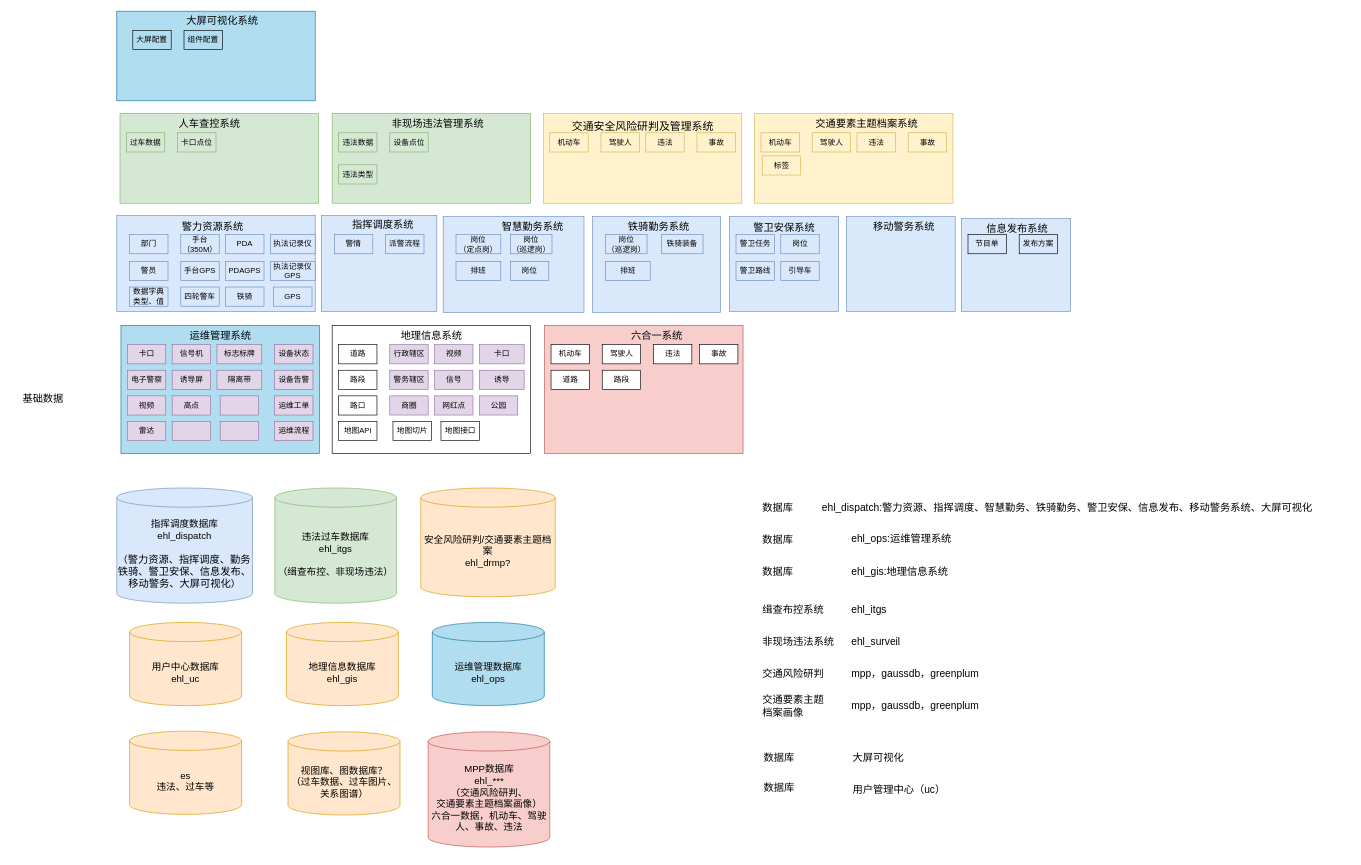
Above: page "数据库架构图" (2 of 3) of 应用基线产品架构.drawio in bj-ehualu/drawio (draw.io), before the change. Source tidied: cells renumbered, new cells numbered last; positions are measured from the earlier drawing's top-left corner, leaving out a move shared by most shapes. Both pictures are drawn from the tidied source at 64%, with x=0, y=0 at pixel (11, 11).
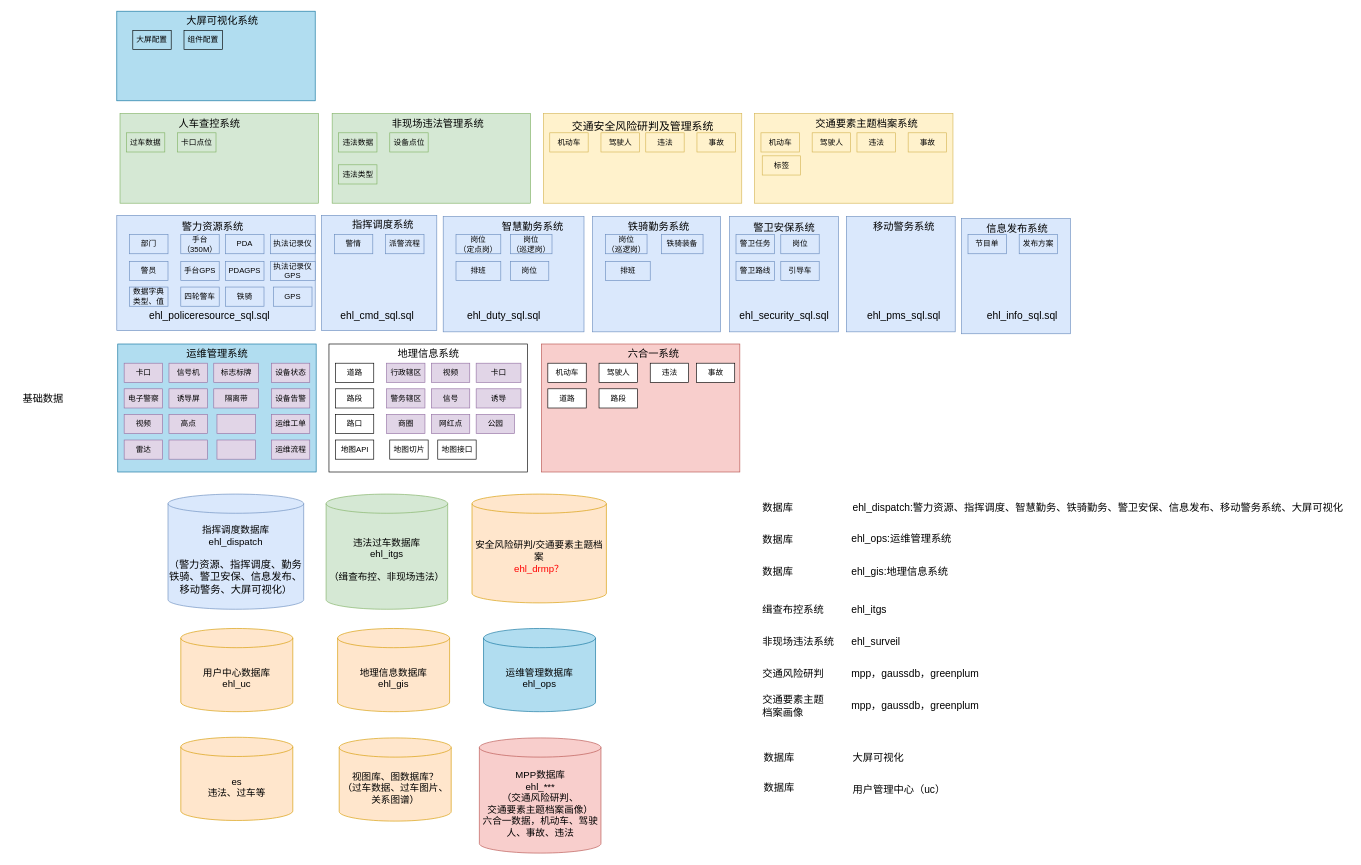
Above is the later version.

Commit message (it also covers changes not shown here):
更新应用基线产品架构.drawio

The edit, as a diff of the source:
```diff
@@
     <mxCell id="2" style="rounded=0;whiteSpace=wrap;html=1;" parent="1" vertex="1">
-      <mxGeometry x="501.5" y="491" width="310" height="200" as="geometry" />
+      <mxGeometry x="496.5" y="520" width="310" height="200" as="geometry" />
     </mxCell>
     <mxCell id="3" style="rounded=0;whiteSpace=wrap;html=1;fillColor=#dae8fc;strokeColor=#6c8ebf;" parent="1" vertex="1">
-      <mxGeometry x="485" y="319" width="180" height="150" as="geometry" />
+      <mxGeometry x="485" y="319" width="180" height="180" as="geometry" />
     </mxCell>
@@
     <mxCell id="5" style="rounded=0;whiteSpace=wrap;html=1;fillColor=#dae8fc;strokeColor=#6c8ebf;" parent="1" vertex="1">
-      <mxGeometry x="675" y="321" width="220" height="150" as="geometry" />
+      <mxGeometry x="675" y="321" width="220" height="180" as="geometry" />
     </mxCell>
     <mxCell id="6" style="rounded=0;whiteSpace=wrap;html=1;fillColor=#dae8fc;strokeColor=#6c8ebf;" parent="1" vertex="1">
-      <mxGeometry x="165" y="319" width="310" height="150" as="geometry" />
+      <mxGeometry x="165" y="319" width="310" height="180" as="geometry" />
     </mxCell>
@@
     <mxCell id="23" style="rounded=0;whiteSpace=wrap;html=1;fillColor=#b1ddf0;strokeColor=#10739e;" parent="1" vertex="1">
-      <mxGeometry x="171.5" y="491" width="310" height="200" as="geometry" />
+      <mxGeometry x="166.5" y="520" width="310" height="200" as="geometry" />
     </mxCell>
     <mxCell id="24" value="道路" style="rounded=0;whiteSpace=wrap;html=1;" parent="1" vertex="1">
-      <mxGeometry x="511.5" y="521" width="60" height="30" as="geometry" />
+      <mxGeometry x="506.5" y="550" width="60" height="30" as="geometry" />
     </mxCell>
     <mxCell id="25" value="路段" style="rounded=0;whiteSpace=wrap;html=1;" parent="1" vertex="1">
-      <mxGeometry x="511.5" y="561" width="60" height="30" as="geometry" />
+      <mxGeometry x="506.5" y="590" width="60" height="30" as="geometry" />
     </mxCell>
     <mxCell id="26" value="卡口" style="rounded=0;whiteSpace=wrap;html=1;fillColor=#e1d5e7;strokeColor=#9673a6;" parent="1" vertex="1">
-      <mxGeometry x="181.5" y="521" width="60" height="30" as="geometry" />
+      <mxGeometry x="176.5" y="550" width="60" height="30" as="geometry" />
     </mxCell>
     <mxCell id="27" value="信号机" style="rounded=0;whiteSpace=wrap;html=1;fillColor=#e1d5e7;strokeColor=#9673a6;" parent="1" vertex="1">
-      <mxGeometry x="251.5" y="521" width="60" height="30" as="geometry" />
+      <mxGeometry x="246.5" y="550" width="60" height="30" as="geometry" />
     </mxCell>
     <mxCell id="28" value="标志标牌" style="rounded=0;whiteSpace=wrap;html=1;fillColor=#e1d5e7;strokeColor=#9673a6;" parent="1" vertex="1">
-      <mxGeometry x="321.5" y="521" width="70" height="30" as="geometry" />
+      <mxGeometry x="316.5" y="550" width="70" height="30" as="geometry" />
     </mxCell>
     <mxCell id="29" style="rounded=0;whiteSpace=wrap;html=1;fillColor=#e1d5e7;strokeColor=#9673a6;" parent="1" vertex="1">
-      <mxGeometry x="251.5" y="641" width="60" height="30" as="geometry" />
+      <mxGeometry x="246.5" y="670" width="60" height="30" as="geometry" />
     </mxCell>
     <mxCell id="30" value="雷达" style="rounded=0;whiteSpace=wrap;html=1;fillColor=#e1d5e7;strokeColor=#9673a6;" parent="1" vertex="1">
-      <mxGeometry x="181.5" y="641" width="60" height="30" as="geometry" />
+      <mxGeometry x="176.5" y="670" width="60" height="30" as="geometry" />
     </mxCell>
     <mxCell id="31" value="高点" style="rounded=0;whiteSpace=wrap;html=1;fillColor=#e1d5e7;strokeColor=#9673a6;" parent="1" vertex="1">
-      <mxGeometry x="251.5" y="601" width="60" height="30" as="geometry" />
+      <mxGeometry x="246.5" y="630" width="60" height="30" as="geometry" />
     </mxCell>
     <mxCell id="32" value="&lt;div&gt;视频&lt;/div&gt;" style="rounded=0;whiteSpace=wrap;html=1;fillColor=#e1d5e7;strokeColor=#9673a6;" parent="1" vertex="1">
-      <mxGeometry x="181.5" y="601" width="60" height="30" as="geometry" />
+      <mxGeometry x="176.5" y="630" width="60" height="30" as="geometry" />
     </mxCell>
     <mxCell id="33" value="&lt;div&gt;电子警察&lt;/div&gt;" style="rounded=0;whiteSpace=wrap;html=1;fillColor=#e1d5e7;strokeColor=#9673a6;" parent="1" vertex="1">
-      <mxGeometry x="181.5" y="561" width="60" height="30" as="geometry" />
+      <mxGeometry x="176.5" y="590" width="60" height="30" as="geometry" />
     </mxCell>
     <mxCell id="34" value="诱导屏" style="rounded=0;whiteSpace=wrap;html=1;fillColor=#e1d5e7;strokeColor=#9673a6;" parent="1" vertex="1">
-      <mxGeometry x="251.5" y="561" width="60" height="30" as="geometry" />
+      <mxGeometry x="246.5" y="590" width="60" height="30" as="geometry" />
     </mxCell>
     <mxCell id="35" value="隔离带" style="rounded=0;whiteSpace=wrap;html=1;fillColor=#e1d5e7;strokeColor=#9673a6;" parent="1" vertex="1">
-      <mxGeometry x="321.5" y="561" width="70" height="30" as="geometry" />
+      <mxGeometry x="316.5" y="590" width="70" height="30" as="geometry" />
     </mxCell>
     <mxCell id="36" value="路口" style="rounded=0;whiteSpace=wrap;html=1;" parent="1" vertex="1">
-      <mxGeometry x="511.5" y="601" width="60" height="30" as="geometry" />
+      <mxGeometry x="506.5" y="630" width="60" height="30" as="geometry" />
     </mxCell>
@@
     <mxCell id="38" value="运维管理系统" style="text;html=1;align=center;verticalAlign=middle;whiteSpace=wrap;rounded=0;fontSize=16;" parent="1" vertex="1">
-      <mxGeometry x="276.5" y="491" width="100" height="30" as="geometry" />
+      <mxGeometry x="271.5" y="520" width="100" height="30" as="geometry" />
     </mxCell>
     <mxCell id="39" value="地图API" style="rounded=0;whiteSpace=wrap;html=1;" parent="1" vertex="1">
-      <mxGeometry x="511.5" y="641" width="60" height="30" as="geometry" />
+      <mxGeometry x="506.5" y="670" width="60" height="30" as="geometry" />
     </mxCell>
     <mxCell id="40" value="地图切片" style="rounded=0;whiteSpace=wrap;html=1;" parent="1" vertex="1">
-      <mxGeometry x="596.5" y="641" width="60" height="30" as="geometry" />
+      <mxGeometry x="591.5" y="670" width="60" height="30" as="geometry" />
     </mxCell>
     <mxCell id="41" value="行政辖区" style="rounded=0;whiteSpace=wrap;html=1;fillColor=#e1d5e7;strokeColor=#9673a6;" parent="1" vertex="1">
-      <mxGeometry x="591.5" y="521" width="60" height="30" as="geometry" />
+      <mxGeometry x="586.5" y="550" width="60" height="30" as="geometry" />
     </mxCell>
     <mxCell id="42" value="视频" style="rounded=0;whiteSpace=wrap;html=1;fillColor=#e1d5e7;strokeColor=#9673a6;" parent="1" vertex="1">
-      <mxGeometry x="661.5" y="521" width="60" height="30" as="geometry" />
+      <mxGeometry x="656.5" y="550" width="60" height="30" as="geometry" />
     </mxCell>
     <mxCell id="43" value="卡口" style="rounded=0;whiteSpace=wrap;html=1;fillColor=#e1d5e7;strokeColor=#9673a6;" parent="1" vertex="1">
-      <mxGeometry x="731.5" y="521" width="70" height="30" as="geometry" />
+      <mxGeometry x="726.5" y="550" width="70" height="30" as="geometry" />
     </mxCell>
     <mxCell id="44" value="公园" style="rounded=0;whiteSpace=wrap;html=1;fillColor=#e1d5e7;strokeColor=#9673a6;" parent="1" vertex="1">
-      <mxGeometry x="731.5" y="601" width="60" height="30" as="geometry" />
+      <mxGeometry x="726.5" y="630" width="60" height="30" as="geometry" />
     </mxCell>
     <mxCell id="45" value="网红点" style="rounded=0;whiteSpace=wrap;html=1;fillColor=#e1d5e7;strokeColor=#9673a6;" parent="1" vertex="1">
-      <mxGeometry x="661.5" y="601" width="60" height="30" as="geometry" />
+      <mxGeometry x="656.5" y="630" width="60" height="30" as="geometry" />
     </mxCell>
     <mxCell id="46" value="商圈" style="rounded=0;whiteSpace=wrap;html=1;fillColor=#e1d5e7;strokeColor=#9673a6;" parent="1" vertex="1">
-      <mxGeometry x="591.5" y="601" width="60" height="30" as="geometry" />
+      <mxGeometry x="586.5" y="630" width="60" height="30" as="geometry" />
     </mxCell>
     <mxCell id="47" value="警务辖区" style="rounded=0;whiteSpace=wrap;html=1;fillColor=#e1d5e7;strokeColor=#9673a6;" parent="1" vertex="1">
-      <mxGeometry x="591.5" y="561" width="60" height="30" as="geometry" />
+      <mxGeometry x="586.5" y="590" width="60" height="30" as="geometry" />
     </mxCell>
     <mxCell id="48" value="&lt;div&gt;信号&lt;/div&gt;" style="rounded=0;whiteSpace=wrap;html=1;fillColor=#e1d5e7;strokeColor=#9673a6;" parent="1" vertex="1">
-      <mxGeometry x="661.5" y="561" width="60" height="30" as="geometry" />
+      <mxGeometry x="656.5" y="590" width="60" height="30" as="geometry" />
     </mxCell>
     <mxCell id="49" value="&lt;div&gt;诱导&lt;/div&gt;" style="rounded=0;whiteSpace=wrap;html=1;fillColor=#e1d5e7;strokeColor=#9673a6;" parent="1" vertex="1">
-      <mxGeometry x="731.5" y="561" width="70" height="30" as="geometry" />
+      <mxGeometry x="726.5" y="590" width="70" height="30" as="geometry" />
     </mxCell>
     <mxCell id="50" value="地图接口" style="rounded=0;whiteSpace=wrap;html=1;" parent="1" vertex="1">
-      <mxGeometry x="671.5" y="641" width="60" height="30" as="geometry" />
+      <mxGeometry x="666.5" y="670" width="60" height="30" as="geometry" />
     </mxCell>
     <mxCell id="51" value="地理信息系统" style="text;html=1;align=center;verticalAlign=middle;whiteSpace=wrap;rounded=0;fontSize=16;" parent="1" vertex="1">
-      <mxGeometry x="606.5" y="491" width="100" height="30" as="geometry" />
+      <mxGeometry x="601.5" y="520" width="100" height="30" as="geometry" />
     </mxCell>
     <mxCell id="52" style="rounded=0;whiteSpace=wrap;html=1;fillColor=#e1d5e7;strokeColor=#9673a6;" parent="1" vertex="1">
-      <mxGeometry x="326.5" y="601" width="60" height="30" as="geometry" />
+      <mxGeometry x="321.5" y="630" width="60" height="30" as="geometry" />
     </mxCell>
     <mxCell id="53" style="rounded=0;whiteSpace=wrap;html=1;fillColor=#e1d5e7;strokeColor=#9673a6;" parent="1" vertex="1">
-      <mxGeometry x="326.5" y="641" width="60" height="30" as="geometry" />
+      <mxGeometry x="321.5" y="670" width="60" height="30" as="geometry" />
     </mxCell>
@@
     <mxCell id="58" style="rounded=0;whiteSpace=wrap;html=1;fillColor=#dae8fc;strokeColor=#6c8ebf;" parent="1" vertex="1">
-      <mxGeometry x="908.5" y="321" width="200" height="150" as="geometry" />
+      <mxGeometry x="908.5" y="321" width="200" height="180" as="geometry" />
     </mxCell>
@@
     <mxCell id="75" style="rounded=0;whiteSpace=wrap;html=1;fillColor=#dae8fc;strokeColor=#6c8ebf;" parent="1" vertex="1">
-      <mxGeometry x="1122.5" y="321" width="170" height="148" as="geometry" />
+      <mxGeometry x="1122.5" y="321" width="170" height="180" as="geometry" />
     </mxCell>
@@
     <mxCell id="81" style="rounded=0;whiteSpace=wrap;html=1;fillColor=#f8cecc;strokeColor=#b85450;" parent="1" vertex="1">
-      <mxGeometry x="833.5" y="491" width="310" height="200" as="geometry" />
+      <mxGeometry x="828.5" y="520" width="310" height="200" as="geometry" />
     </mxCell>
     <mxCell id="82" value="六合一系统" style="text;html=1;align=center;verticalAlign=middle;whiteSpace=wrap;rounded=0;fontSize=16;" parent="1" vertex="1">
-      <mxGeometry x="923.5" y="491" width="170" height="30" as="geometry" />
+      <mxGeometry x="918.5" y="520" width="170" height="30" as="geometry" />
     </mxCell>
     <mxCell id="83" value="机动车" style="rounded=0;whiteSpace=wrap;html=1;" parent="1" vertex="1">
-      <mxGeometry x="843.5" y="521" width="60" height="30" as="geometry" />
+      <mxGeometry x="838.5" y="550" width="60" height="30" as="geometry" />
     </mxCell>
     <mxCell id="84" value="驾驶人" style="rounded=0;whiteSpace=wrap;html=1;" parent="1" vertex="1">
-      <mxGeometry x="923.5" y="521" width="60" height="30" as="geometry" />
+      <mxGeometry x="918.5" y="550" width="60" height="30" as="geometry" />
     </mxCell>
     <mxCell id="85" value="违法" style="rounded=0;whiteSpace=wrap;html=1;" parent="1" vertex="1">
-      <mxGeometry x="1003.5" y="521" width="60" height="30" as="geometry" />
+      <mxGeometry x="998.5" y="550" width="60" height="30" as="geometry" />
     </mxCell>
     <mxCell id="86" value="事故" style="rounded=0;whiteSpace=wrap;html=1;" parent="1" vertex="1">
-      <mxGeometry x="1075.5" y="521" width="60" height="30" as="geometry" />
+      <mxGeometry x="1070.5" y="550" width="60" height="30" as="geometry" />
     </mxCell>
     <mxCell id="87" value="道路" style="rounded=0;whiteSpace=wrap;html=1;" parent="1" vertex="1">
-      <mxGeometry x="843.5" y="561" width="60" height="30" as="geometry" />
+      <mxGeometry x="838.5" y="590" width="60" height="30" as="geometry" />
     </mxCell>
     <mxCell id="88" value="路段" style="rounded=0;whiteSpace=wrap;html=1;" parent="1" vertex="1">
-      <mxGeometry x="923.5" y="561" width="60" height="30" as="geometry" />
+      <mxGeometry x="918.5" y="590" width="60" height="30" as="geometry" />
     </mxCell>
@@
     <mxCell id="99" value="ehl_dispatch:警力资源、指挥调度、智慧勤务、铁骑勤务、警卫安保、信息发布、移动警务系统、大屏可视化" style="text;html=1;align=left;verticalAlign=middle;whiteSpace=wrap;rounded=0;fontSize=16;" parent="1" vertex="1">
-      <mxGeometry x="1264.5" y="760" width="780" height="30" as="geometry" />
+      <mxGeometry x="1312.5" y="760" width="780" height="30" as="geometry" />
     </mxCell>
@@
     <mxCell id="120" style="rounded=0;whiteSpace=wrap;html=1;fillColor=#dae8fc;strokeColor=#6c8ebf;" parent="1" vertex="1">
-      <mxGeometry x="1485" y="324" width="170" height="145" as="geometry" />
+      <mxGeometry x="1485" y="324" width="170" height="180" as="geometry" />
     </mxCell>
@@
-    <mxCell id="122" value="节目单" style="rounded=0;whiteSpace=wrap;html=1;fillColor=none;" parent="1" vertex="1">
+    <mxCell id="122" value="节目单" style="rounded=0;whiteSpace=wrap;html=1;fillColor=#dae8fc;strokeColor=#6c8ebf;" parent="1" vertex="1">
       <mxGeometry x="1495" y="349" width="60" height="30" as="geometry" />
     </mxCell>
-    <mxCell id="123" value="发布方案" style="rounded=0;whiteSpace=wrap;html=1;fillColor=none;" parent="1" vertex="1">
+    <mxCell id="123" value="发布方案" style="rounded=0;whiteSpace=wrap;html=1;fillColor=#dae8fc;strokeColor=#6c8ebf;" parent="1" vertex="1">
       <mxGeometry x="1575" y="349" width="60" height="30" as="geometry" />
     </mxCell>
     <mxCell id="124" style="rounded=0;whiteSpace=wrap;html=1;fillColor=#dae8fc;strokeColor=#6c8ebf;" parent="1" vertex="1">
-      <mxGeometry x="1305" y="321" width="170" height="148" as="geometry" />
+      <mxGeometry x="1305" y="321" width="170" height="180" as="geometry" />
     </mxCell>
@@
     <mxCell id="126" value="指挥调度数据库&lt;div style=&quot;font-size: 15px;&quot;&gt;ehl_dispatch&lt;/div&gt;&lt;div style=&quot;font-size: 15px;&quot;&gt;&lt;br&gt;&lt;/div&gt;&lt;div style=&quot;font-size: 15px;&quot;&gt;（&lt;span style=&quot;font-size: 16px; text-align: left; background-color: initial;&quot;&gt;警力资源、指挥调度、勤务铁骑、警卫安保、信息发布、移动警务、大屏可视化&lt;/span&gt;&lt;span style=&quot;background-color: initial;&quot;&gt;）&lt;/span&gt;&lt;/div&gt;" style="shape=cylinder3;whiteSpace=wrap;html=1;boundedLbl=1;backgroundOutline=1;size=15;fontSize=15;fillColor=#dae8fc;strokeColor=#6c8ebf;" parent="1" vertex="1">
-      <mxGeometry x="165" y="745" width="212" height="180" as="geometry" />
+      <mxGeometry x="245" y="754.5" width="212" height="180" as="geometry" />
     </mxCell>
     <mxCell id="127" value="运维管理数据库&lt;div&gt;ehl_ops&lt;/div&gt;" style="shape=cylinder3;whiteSpace=wrap;html=1;boundedLbl=1;backgroundOutline=1;size=15;fontSize=15;fillColor=#b1ddf0;strokeColor=#10739e;" parent="1" vertex="1">
-      <mxGeometry x="658" y="955" width="175" height="130" as="geometry" />
+      <mxGeometry x="738" y="964.5" width="175" height="130" as="geometry" />
     </mxCell>
     <mxCell id="128" value="违法过车数据库&lt;div&gt;ehl_itgs&lt;/div&gt;&lt;div&gt;&lt;br&gt;&lt;div&gt;（缉查布控、非现场违法）&lt;/div&gt;&lt;/div&gt;" style="shape=cylinder3;whiteSpace=wrap;html=1;boundedLbl=1;backgroundOutline=1;size=15;fontSize=15;fillColor=#d5e8d4;strokeColor=#82b366;" parent="1" vertex="1">
-      <mxGeometry x="412" y="745" width="190" height="180" as="geometry" />
+      <mxGeometry x="492" y="754.5" width="190" height="180" as="geometry" />
     </mxCell>
     <mxCell id="129" value="&lt;div&gt;MPP数据库&lt;/div&gt;&lt;div&gt;ehl_***&lt;/div&gt;&lt;div&gt;（交通风险研判、&lt;/div&gt;&lt;div&gt;交通要素主题档案画像）&lt;/div&gt;&lt;div&gt;六合一数据，机动车、驾驶人、事故、违法&lt;/div&gt;" style="shape=cylinder3;whiteSpace=wrap;html=1;boundedLbl=1;backgroundOutline=1;size=15;fontSize=15;fillColor=#f8cecc;strokeColor=#b85450;" parent="1" vertex="1">
-      <mxGeometry x="651.5" y="1126" width="190" height="180" as="geometry" />
+      <mxGeometry x="731.5" y="1135.5" width="190" height="180" as="geometry" />
     </mxCell>
     <mxCell id="130" value="用户中心数据库&lt;div&gt;ehl_uc&lt;/div&gt;" style="shape=cylinder3;whiteSpace=wrap;html=1;boundedLbl=1;backgroundOutline=1;size=15;fontSize=15;fillColor=#ffe6cc;strokeColor=#d79b00;" parent="1" vertex="1">
-      <mxGeometry x="185" y="955" width="175" height="130" as="geometry" />
+      <mxGeometry x="265" y="964.5" width="175" height="130" as="geometry" />
     </mxCell>
     <mxCell id="131" value="地理信息数据库&lt;div&gt;ehl_gis&lt;/div&gt;" style="shape=cylinder3;whiteSpace=wrap;html=1;boundedLbl=1;backgroundOutline=1;size=15;fontSize=15;fillColor=#ffe6cc;strokeColor=#d79b00;" parent="1" vertex="1">
-      <mxGeometry x="430" y="955" width="175" height="130" as="geometry" />
+      <mxGeometry x="510" y="964.5" width="175" height="130" as="geometry" />
     </mxCell>
     <mxCell id="132" value="es&lt;div&gt;违法、过车等&lt;/div&gt;" style="shape=cylinder3;whiteSpace=wrap;html=1;boundedLbl=1;backgroundOutline=1;size=15;fontSize=15;fillColor=#ffe6cc;strokeColor=#d79b00;" parent="1" vertex="1">
-      <mxGeometry x="185" y="1125" width="175" height="130" as="geometry" />
+      <mxGeometry x="265" y="1134.5" width="175" height="130" as="geometry" />
     </mxCell>
     <mxCell id="133" value="运维工单" style="rounded=0;whiteSpace=wrap;html=1;fillColor=#e1d5e7;strokeColor=#9673a6;" parent="1" vertex="1">
-      <mxGeometry x="411.5" y="601" width="60" height="30" as="geometry" />
+      <mxGeometry x="406.5" y="630" width="60" height="30" as="geometry" />
     </mxCell>
     <mxCell id="134" value="运维流程" style="rounded=0;whiteSpace=wrap;html=1;fillColor=#e1d5e7;strokeColor=#9673a6;" parent="1" vertex="1">
-      <mxGeometry x="411.5" y="641" width="60" height="30" as="geometry" />
+      <mxGeometry x="406.5" y="670" width="60" height="30" as="geometry" />
     </mxCell>
     <mxCell id="135" value="设备状态" style="rounded=0;whiteSpace=wrap;html=1;fillColor=#e1d5e7;strokeColor=#9673a6;" parent="1" vertex="1">
-      <mxGeometry x="411.5" y="521" width="60" height="30" as="geometry" />
+      <mxGeometry x="406.5" y="550" width="60" height="30" as="geometry" />
     </mxCell>
     <mxCell id="136" value="设备告警" style="rounded=0;whiteSpace=wrap;html=1;fillColor=#e1d5e7;strokeColor=#9673a6;" parent="1" vertex="1">
-      <mxGeometry x="411.5" y="561" width="60" height="30" as="geometry" />
+      <mxGeometry x="406.5" y="590" width="60" height="30" as="geometry" />
     </mxCell>
     <mxCell id="137" value="视图库、图数据库？&lt;div&gt;（过车数据、过车图片、关系图谱）&lt;/div&gt;" style="shape=cylinder3;whiteSpace=wrap;html=1;boundedLbl=1;backgroundOutline=1;size=15;fontSize=15;fillColor=#ffe6cc;strokeColor=#d79b00;" parent="1" vertex="1">
-      <mxGeometry x="432.5" y="1126" width="175" height="130" as="geometry" />
+      <mxGeometry x="512.5" y="1135.5" width="175" height="130" as="geometry" />
     </mxCell>
@@
-    <mxCell id="139" value="安全风险研判/交通要素主题档案&lt;div&gt;ehl_drmp?&lt;/div&gt;" style="shape=cylinder3;whiteSpace=wrap;html=1;boundedLbl=1;backgroundOutline=1;size=15;fontSize=15;fillColor=#ffe6cc;strokeColor=#d79b00;" parent="1" vertex="1">
-      <mxGeometry x="640" y="745" width="210" height="170" as="geometry" />
+    <mxCell id="139" value="安全风险研判/交通要素主题档案&lt;div&gt;&lt;font color=&quot;#ff0000&quot;&gt;ehl_drmp？&lt;/font&gt;&lt;/div&gt;" style="shape=cylinder3;whiteSpace=wrap;html=1;boundedLbl=1;backgroundOutline=1;size=15;fontSize=15;fillColor=#ffe6cc;strokeColor=#d79b00;" parent="1" vertex="1">
+      <mxGeometry x="720" y="754.5" width="210" height="170" as="geometry" />
     </mxCell>
+    <mxCell id="140" value="ehl_cmd_sql.sql" style="text;html=1;align=center;verticalAlign=middle;whiteSpace=wrap;rounded=0;fontSize=16;fillColor=none;strokeColor=none;" parent="1" vertex="1">
+      <mxGeometry x="501.5" y="460" width="140" height="30" as="geometry" />
+    </mxCell>
+    <mxCell id="141" value="ehl_policeresource_sql.sql" style="text;html=1;align=center;verticalAlign=middle;whiteSpace=wrap;rounded=0;fontSize=16;fillColor=none;strokeColor=none;" parent="1" vertex="1">
+      <mxGeometry x="200" y="460" width="220" height="30" as="geometry" />
+    </mxCell>
+    <mxCell id="142" value="ehl_duty_sql.sql" style="text;html=1;align=center;verticalAlign=middle;whiteSpace=wrap;rounded=0;fontSize=16;fillColor=none;strokeColor=none;" parent="1" vertex="1">
+      <mxGeometry x="700" y="460" width="140" height="30" as="geometry" />
+    </mxCell>
+    <mxCell id="143" value="ehl_security_sql.sql" style="text;html=1;align=center;verticalAlign=middle;whiteSpace=wrap;rounded=0;fontSize=16;fillColor=none;strokeColor=none;" parent="1" vertex="1">
+      <mxGeometry x="1137.5" y="460" width="140" height="30" as="geometry" />
+    </mxCell>
+    <mxCell id="144" value="ehl_info_sql.sql" style="text;html=1;align=center;verticalAlign=middle;whiteSpace=wrap;rounded=0;fontSize=16;fillColor=none;strokeColor=none;" parent="1" vertex="1">
+      <mxGeometry x="1510" y="460" width="140" height="30" as="geometry" />
+    </mxCell>
+    <mxCell id="145" value="ehl_pms_sql.sql" style="text;html=1;align=center;verticalAlign=middle;whiteSpace=wrap;rounded=0;fontSize=16;fillColor=none;strokeColor=none;" parent="1" vertex="1">
+      <mxGeometry x="1325" y="460" width="140" height="30" as="geometry" />
+    </mxCell>
```
